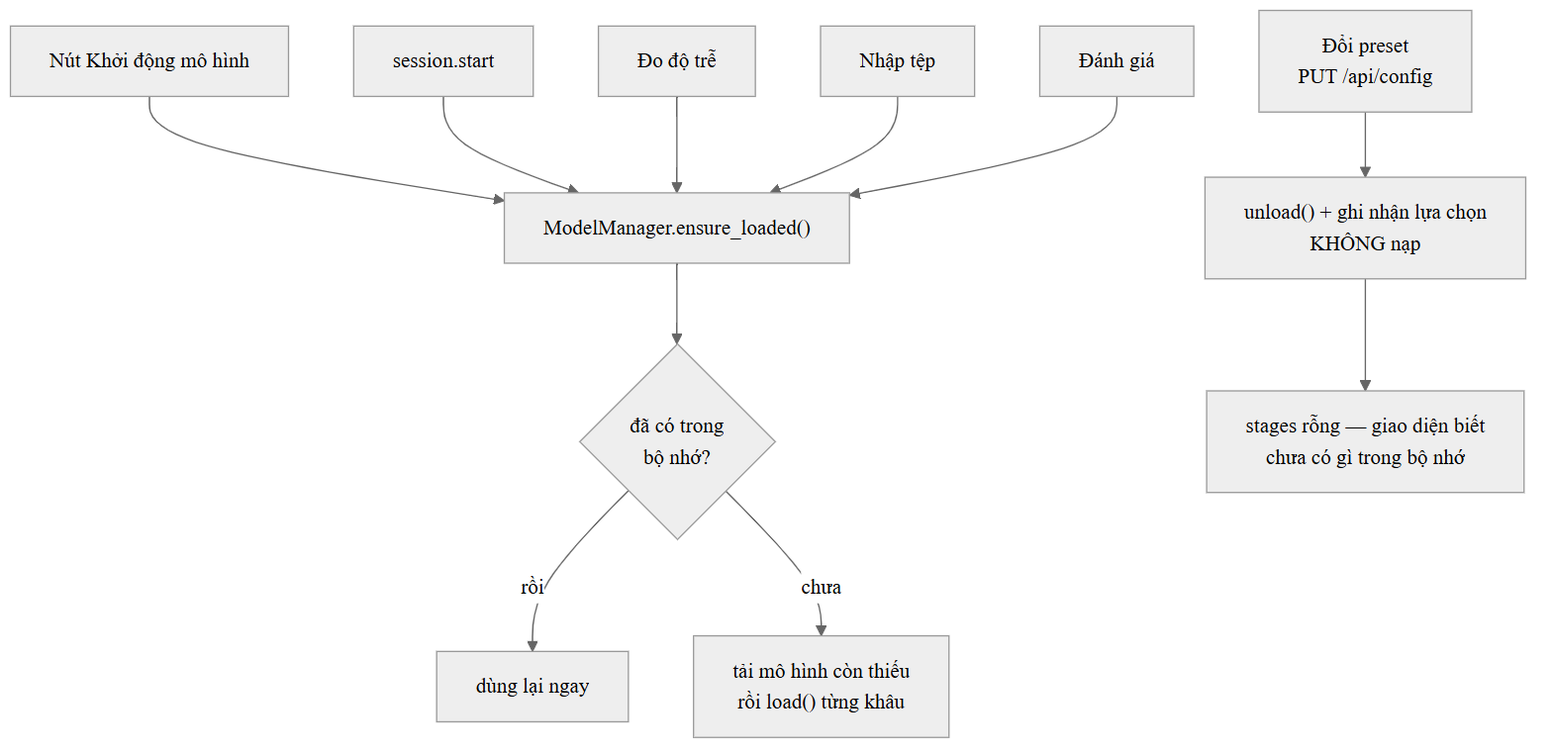
This is docs/gvhd/khoa-luan-hinh/h3-8-nap-mo-hinh.png from RokeyHung/local-live-voice-translator, a Mermaid export, as it was before one commit. Its source is kept beside it as docs/gvhd/khoa-luan-hinh/src/h3-8-nap-mo-hinh.mmd. Source of this version:
```mermaid
flowchart TB
    B1["Nút Khởi động mô hình"] --> EL
    B2["session.start"] --> EL
    B3["Đo độ trễ"] --> EL
    B4["Nhập tệp"] --> EL
    B5["Đánh giá"] --> EL
    EL["ModelManager.ensure_loaded()"] --> Q{"đã có trong<br/>bộ nhớ?"}
    Q -->|"rồi"| REUSE["dùng lại ngay"]
    Q -->|"chưa"| LOAD["tải mô hình còn thiếu<br/>rồi load() từng khâu"]
    CFG["Đổi preset<br/>PUT /api/config"] --> SEL["unload() + ghi nhận lựa chọn<br/>KHÔNG nạp"]
    SEL --> EMPTY["stages rỗng — giao diện biết<br/>chưa có gì trong bộ nhớ"]
```
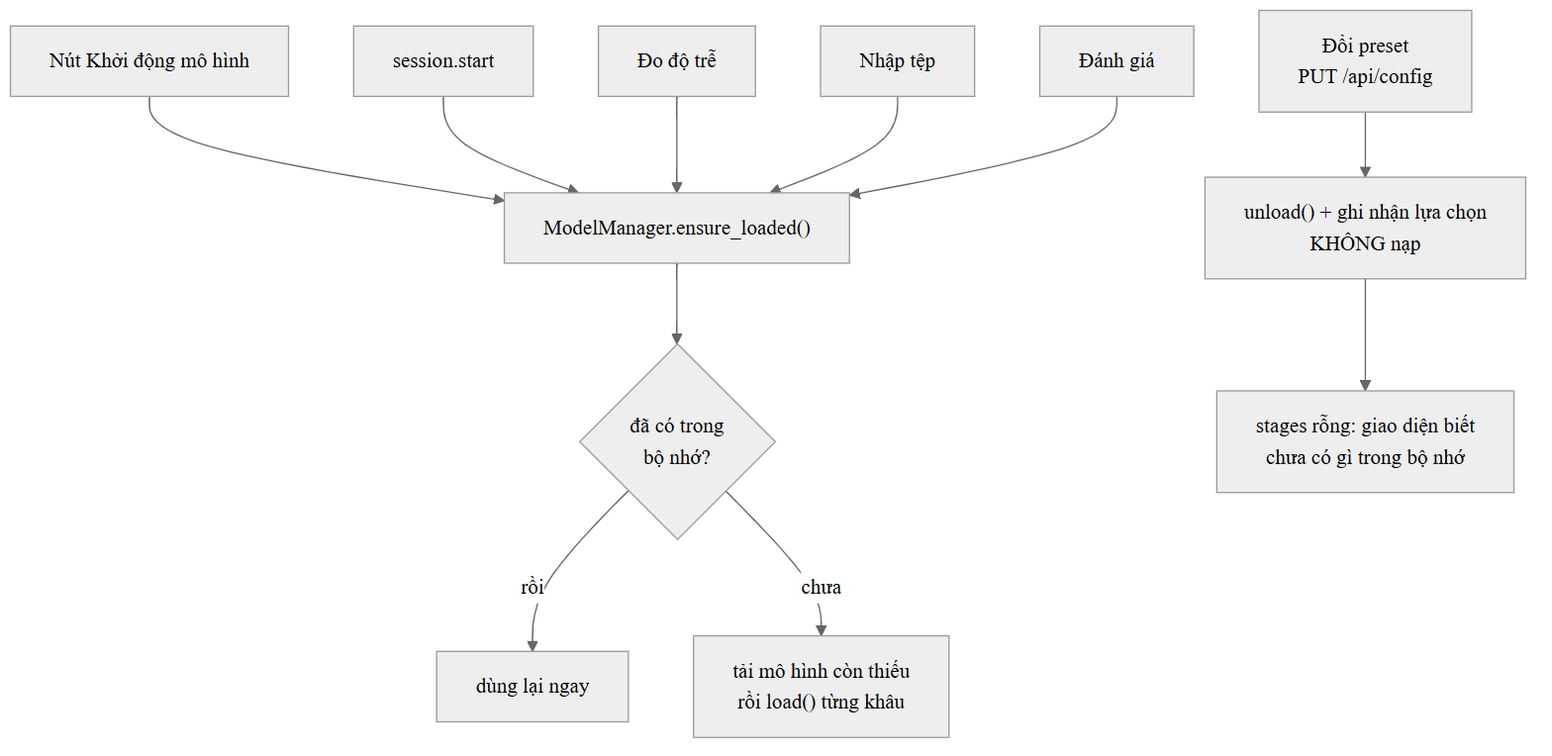
Above is the later version.

Diff of the diagram source:
```diff
@@ -8,4 +8,4 @@
     Q -->|"rồi"| REUSE["dùng lại ngay"]
     Q -->|"chưa"| LOAD["tải mô hình còn thiếu<br/>rồi load() từng khâu"]
     CFG["Đổi preset<br/>PUT /api/config"] --> SEL["unload() + ghi nhận lựa chọn<br/>KHÔNG nạp"]
-    SEL --> EMPTY["stages rỗng — giao diện biết<br/>chưa có gì trong bộ nhớ"]
+    SEL --> EMPTY["stages rỗng: giao diện biết<br/>chưa có gì trong bộ nhớ"]
```
